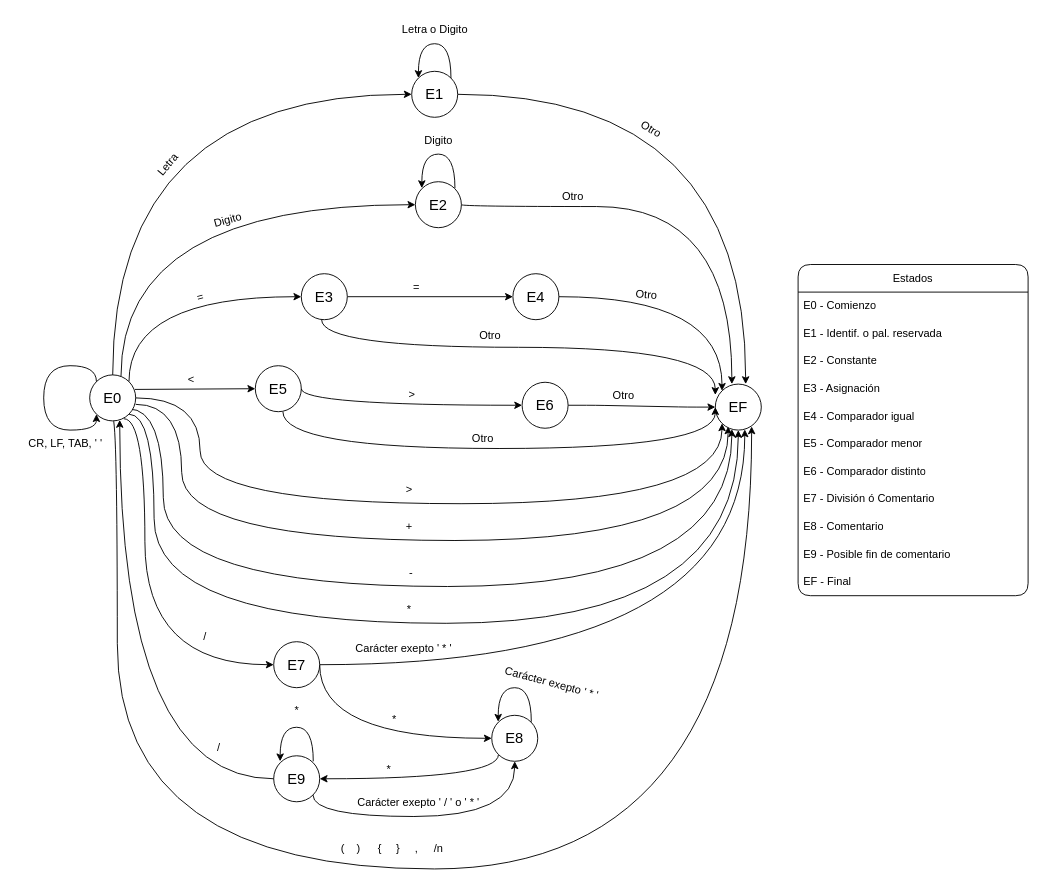
Earlier version of the draw.io diagram compilador01/src/assets/Autómata Finito.drawio (AORojas/compilador-desarrollo-compiladores). Source tidied: cells renumbered, new cells numbered last; positions are measured from the earlier drawing's top-left corner, leaving out a move shared by most shapes. Both pictures are drawn from the tidied source at 92%, with x=0, y=0 at pixel (16, 16).
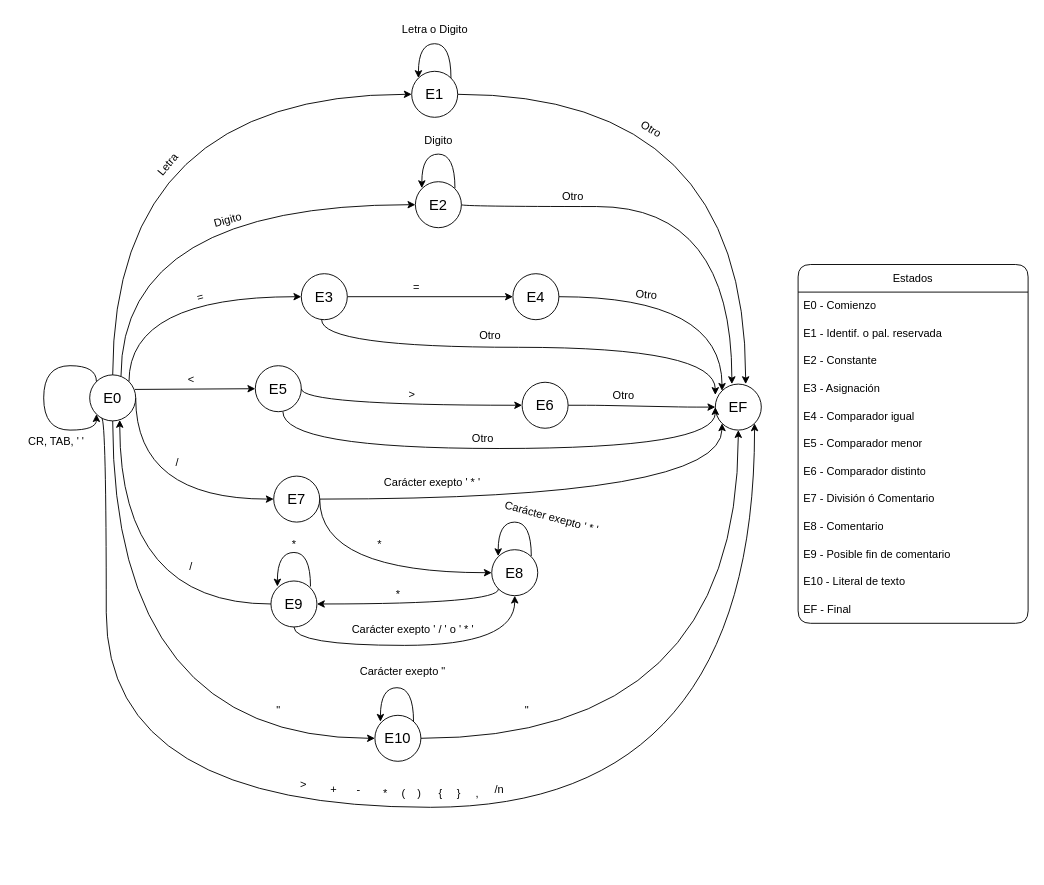
The same page after the edit.

Unchanged cells that the change refers to:
```xml
<mxCell id="22" value="&lt;font size=&quot;3&quot;&gt;E0&lt;/font&gt;" style="ellipse;whiteSpace=wrap;html=1;rounded=1;" parent="1" vertex="1">
  <mxGeometry x="80" y="390" width="50" height="50" as="geometry" />
</mxCell>
<mxCell id="23" value="&lt;font size=&quot;3&quot;&gt;EF&lt;/font&gt;" style="ellipse;whiteSpace=wrap;html=1;rounded=1;" parent="1" vertex="1">
  <mxGeometry x="760" y="400" width="50" height="50" as="geometry" />
</mxCell>
```

Change to the diagram source:
```diff
@@
     <mxCell id="2" value="Estados" style="swimlane;fontStyle=0;horizontal=1;startSize=30;whiteSpace=wrap;html=1;rounded=1;" parent="1" vertex="1">
-      <mxGeometry x="850" y="270" width="250" height="360" as="geometry" />
+      <mxGeometry x="850" y="270" width="250" height="390" as="geometry" />
     </mxCell>
@@
+    <mxCell id="86" value="E10 - Literal de texto" style="text;strokeColor=none;fillColor=none;align=left;verticalAlign=middle;spacingLeft=4;spacingRight=4;overflow=hidden;whiteSpace=wrap;html=1;rounded=1;" parent="2" vertex="1">
+      <mxGeometry y="330" width="250" height="30" as="geometry" />
+    </mxCell>
     <mxCell id="13" value="EF - Final" style="text;strokeColor=none;fillColor=none;align=left;verticalAlign=middle;spacingLeft=4;spacingRight=4;overflow=hidden;whiteSpace=wrap;html=1;rounded=1;" parent="2" vertex="1">
-      <mxGeometry y="330" width="250" height="30" as="geometry" />
+      <mxGeometry y="360" width="250" height="30" as="geometry" />
     </mxCell>
@@
-    <mxCell id="16" style="edgeStyle=orthogonalEdgeStyle;rounded=1;jettySize=auto;html=1;exitX=1;exitY=1;exitDx=0;exitDy=0;entryX=0.28;entryY=0.92;entryDx=0;entryDy=0;curved=1;entryPerimeter=0;" parent="1" edge="1" target="23">
-      <mxGeometry relative="1" as="geometry">
-        <mxPoint x="130" y="422" as="sourcePoint" />
-        <Array as="points">
-          <mxPoint x="180" y="422" />
-          <mxPoint x="180" y="570" />
-          <mxPoint x="774" y="570" />
-        </Array>
-      </mxGeometry>
-    </mxCell>
-    <mxCell id="17" style="edgeStyle=orthogonalEdgeStyle;curved=1;rounded=1;jettySize=auto;html=1;exitX=1;exitY=1;exitDx=0;exitDy=0;entryX=0.36;entryY=0.98;entryDx=0;entryDy=0;entryPerimeter=0;" parent="1" edge="1" target="23">
-      <mxGeometry relative="1" as="geometry">
-        <mxPoint x="122.7" y="427" as="sourcePoint" />
-        <Array as="points">
-          <mxPoint x="160" y="427" />
-          <mxPoint x="160" y="620" />
-          <mxPoint x="778" y="620" />
-        </Array>
-      </mxGeometry>
-    </mxCell>
-    <mxCell id="18" style="edgeStyle=orthogonalEdgeStyle;curved=1;rounded=1;jettySize=auto;html=1;exitX=1;exitY=1;exitDx=0;exitDy=0;entryX=0.5;entryY=1;entryDx=0;entryDy=0;" parent="1" edge="1" source="22" target="23">
-      <mxGeometry relative="1" as="geometry">
-        <Array as="points">
-          <mxPoint x="150" y="433" />
-          <mxPoint x="150" y="660" />
-          <mxPoint x="785" y="660" />
-        </Array>
-      </mxGeometry>
-    </mxCell>
-    <mxCell id="19" style="edgeStyle=orthogonalEdgeStyle;curved=1;rounded=1;jettySize=auto;html=1;exitX=0.742;exitY=0.953;exitDx=0;exitDy=0;entryX=0;entryY=0.5;entryDx=0;entryDy=0;exitPerimeter=0;" parent="1" edge="1" source="22" target="61">
+    <mxCell id="19" style="edgeStyle=orthogonalEdgeStyle;curved=1;rounded=1;jettySize=auto;html=1;exitX=1;exitY=0.5;exitDx=0;exitDy=0;entryX=0;entryY=0.5;entryDx=0;entryDy=0;" parent="1" edge="1" source="22" target="61">
       <mxGeometry relative="1" as="geometry">
         <Array as="points">
-          <mxPoint x="140" y="438" />
-          <mxPoint x="140" y="705" />
+          <mxPoint x="130" y="525" />
         </Array>
       </mxGeometry>
     </mxCell>
-    <mxCell id="20" style="edgeStyle=orthogonalEdgeStyle;curved=1;rounded=1;orthogonalLoop=1;jettySize=auto;html=1;exitX=0.5;exitY=1;exitDx=0;exitDy=0;entryX=0.791;entryY=0.98;entryDx=0;entryDy=0;entryPerimeter=0;" parent="1" edge="1">
+    <mxCell id="20" style="edgeStyle=orthogonalEdgeStyle;curved=1;rounded=1;jettySize=auto;html=1;exitX=0.5;exitY=1;exitDx=0;exitDy=0;entryX=1;entryY=1;entryDx=0;entryDy=0;" parent="1" edge="1" target="23">
       <mxGeometry relative="1" as="geometry">
-        <mxPoint x="105" y="437" as="sourcePoint" />
-        <mxPoint x="799.5" y="446" as="targetPoint" />
+        <mxPoint x="93" y="437" as="sourcePoint" />
         <Array as="points">
-          <mxPoint x="110" y="437" />
-          <mxPoint x="110" y="927" />
-          <mxPoint x="800" y="927" />
+          <mxPoint x="98" y="437" />
+          <mxPoint x="98" y="860" />
+          <mxPoint x="803" y="860" />
         </Array>
       </mxGeometry>
     </mxCell>
-    <mxCell id="21" style="edgeStyle=orthogonalEdgeStyle;curved=1;rounded=1;jettySize=auto;html=1;exitX=1;exitY=0.5;exitDx=0;exitDy=0;entryX=0;entryY=1;entryDx=0;entryDy=0;" parent="1" edge="1" source="22" target="23">
-      <mxGeometry relative="1" as="geometry">
-        <Array as="points">
-          <mxPoint x="200" y="415" />
-          <mxPoint x="200" y="530" />
-          <mxPoint x="767" y="530" />
-        </Array>
-      </mxGeometry>
-    </mxCell>
+    <mxCell id="87" style="edgeStyle=orthogonalEdgeStyle;curved=1;rounded=0;jettySize=auto;html=1;exitX=0.5;exitY=1;exitDx=0;exitDy=0;entryX=0;entryY=0.5;entryDx=0;entryDy=0;" parent="1" edge="1" source="22" target="88">
+      <mxGeometry relative="1" as="geometry" />
+    </mxCell>
@@
     <mxCell id="56" value="&amp;gt;" style="text;html=1;align=center;verticalAlign=middle;strokeColor=none;fillColor=none;rounded=1;" parent="1" vertex="1">
-      <mxGeometry x="412" y="500" width="30" height="30" as="geometry" />
+      <mxGeometry x="297" y="820" width="30" height="30" as="geometry" />
     </mxCell>
     <mxCell id="57" value="+" style="text;html=1;align=center;verticalAlign=middle;strokeColor=none;fillColor=none;rounded=1;" parent="1" vertex="1">
-      <mxGeometry x="412" y="540" width="30" height="30" as="geometry" />
+      <mxGeometry x="330" y="826" width="30" height="30" as="geometry" />
     </mxCell>
     <mxCell id="58" value="-" style="text;html=1;align=center;verticalAlign=middle;strokeColor=none;fillColor=none;rounded=1;" parent="1" vertex="1">
-      <mxGeometry x="414" y="590" width="30" height="30" as="geometry" />
+      <mxGeometry x="357" y="826" width="30" height="30" as="geometry" />
     </mxCell>
     <mxCell id="59" value="*" style="text;html=1;align=center;verticalAlign=middle;strokeColor=none;fillColor=none;rounded=1;" parent="1" vertex="1">
-      <mxGeometry x="412" y="630" width="30" height="30" as="geometry" />
+      <mxGeometry x="386" y="830" width="30" height="30" as="geometry" />
     </mxCell>
     <mxCell id="60" style="edgeStyle=orthogonalEdgeStyle;curved=1;rounded=1;jettySize=auto;html=1;entryX=0;entryY=0.5;entryDx=0;entryDy=0;" parent="1" edge="1" source="61" target="64">
       <mxGeometry relative="1" as="geometry">
         <Array as="points">
-          <mxPoint x="330" y="785" />
+          <mxPoint x="330" y="605" />
         </Array>
       </mxGeometry>
     </mxCell>
     <mxCell id="61" value="&lt;font size=&quot;3&quot;&gt;E7&lt;/font&gt;" style="ellipse;whiteSpace=wrap;html=1;rounded=1;" parent="1" vertex="1">
-      <mxGeometry x="280" y="680" width="50" height="50" as="geometry" />
+      <mxGeometry x="280" y="500" width="50" height="50" as="geometry" />
     </mxCell>
     <mxCell id="62" value="/" style="text;html=1;align=center;verticalAlign=middle;strokeColor=none;fillColor=none;rounded=1;" parent="1" vertex="1">
-      <mxGeometry x="190" y="660" width="30" height="30" as="geometry" />
+      <mxGeometry x="160" y="470" width="30" height="30" as="geometry" />
     </mxCell>
-    <mxCell id="63" style="edgeStyle=orthogonalEdgeStyle;curved=1;rounded=1;jettySize=auto;html=1;exitX=0;exitY=1;exitDx=0;exitDy=0;" parent="1" edge="1" source="64" target="70">
+    <mxCell id="63" style="edgeStyle=orthogonalEdgeStyle;curved=1;rounded=0;jettySize=auto;html=1;exitX=0;exitY=1;exitDx=0;exitDy=0;entryX=1;entryY=0.5;entryDx=0;entryDy=0;" parent="1" edge="1" source="64" target="70">
       <mxGeometry relative="1" as="geometry">
         <Array as="points">
-          <mxPoint x="524" y="829" />
+          <mxPoint x="524" y="639" />
         </Array>
       </mxGeometry>
     </mxCell>
     <mxCell id="64" value="&lt;font size=&quot;3&quot;&gt;E8&lt;/font&gt;" style="ellipse;whiteSpace=wrap;html=1;rounded=1;" parent="1" vertex="1">
-      <mxGeometry x="517" y="760" width="50" height="50" as="geometry" />
+      <mxGeometry x="517" y="580" width="50" height="50" as="geometry" />
     </mxCell>
     <mxCell id="65" value="*" style="text;html=1;align=center;verticalAlign=middle;strokeColor=none;fillColor=none;rounded=1;" parent="1" vertex="1">
-      <mxGeometry x="390" y="804" width="30" height="30" as="geometry" />
+      <mxGeometry x="400" y="614" width="30" height="30" as="geometry" />
     </mxCell>
     <mxCell id="66" style="edgeStyle=orthogonalEdgeStyle;rounded=1;orthogonalLoop=1;jettySize=auto;html=1;exitX=1;exitY=0;exitDx=0;exitDy=0;curved=1;entryX=0;entryY=0;entryDx=0;entryDy=0;" parent="1" edge="1">
       <mxGeometry relative="1" as="geometry">
-        <mxPoint x="560" y="767" as="sourcePoint" />
-        <mxPoint x="524" y="767" as="targetPoint" />
+        <mxPoint x="560" y="587" as="sourcePoint" />
+        <mxPoint x="524" y="587" as="targetPoint" />
         <Array as="points">
-          <mxPoint x="560" y="730" />
-          <mxPoint x="524" y="730" />
+          <mxPoint x="560" y="550" />
+          <mxPoint x="524" y="550" />
         </Array>
       </mxGeometry>
     </mxCell>
     <mxCell id="67" value="Carácter exepto ' * '" style="text;html=1;align=center;verticalAlign=middle;strokeColor=none;fillColor=none;rounded=1;" parent="1" vertex="1">
-      <mxGeometry x="356" y="673" width="130" height="30" as="geometry" />
+      <mxGeometry x="387" y="492" width="130" height="30" as="geometry" />
     </mxCell>
-    <mxCell id="68" style="edgeStyle=orthogonalEdgeStyle;curved=1;rounded=1;jettySize=auto;html=1;entryX=0.641;entryY=0.985;entryDx=0;entryDy=0;entryPerimeter=0;" parent="1" edge="1" source="61" target="23">
+    <mxCell id="68" style="edgeStyle=orthogonalEdgeStyle;curved=1;rounded=1;jettySize=auto;html=1;entryX=0;entryY=1;entryDx=0;entryDy=0;" parent="1" edge="1" source="61" target="23">
       <mxGeometry relative="1" as="geometry" />
     </mxCell>
-    <mxCell id="69" style="edgeStyle=orthogonalEdgeStyle;curved=1;rounded=1;jettySize=auto;html=1;exitX=1;exitY=1;exitDx=0;exitDy=0;entryX=0.5;entryY=1;entryDx=0;entryDy=0;" parent="1" edge="1" source="70" target="64">
-      <mxGeometry relative="1" as="geometry">
-        <Array as="points">
-          <mxPoint x="323" y="870" />
-          <mxPoint x="542" y="870" />
-        </Array>
-      </mxGeometry>
+    <mxCell id="69" style="edgeStyle=orthogonalEdgeStyle;curved=1;rounded=0;jettySize=auto;html=1;exitX=0.5;exitY=1;exitDx=0;exitDy=0;entryX=0.5;entryY=1;entryDx=0;entryDy=0;" parent="1" edge="1" source="70" target="64">
+      <mxGeometry relative="1" as="geometry" />
     </mxCell>
     <mxCell id="70" value="&lt;font size=&quot;3&quot;&gt;E9&lt;/font&gt;" style="ellipse;whiteSpace=wrap;html=1;rounded=1;" parent="1" vertex="1">
-      <mxGeometry x="280" y="804" width="50" height="50" as="geometry" />
+      <mxGeometry x="277" y="614" width="50" height="50" as="geometry" />
     </mxCell>
     <mxCell id="71" value="*" style="text;html=1;align=center;verticalAlign=middle;strokeColor=none;fillColor=none;rounded=1;" parent="1" vertex="1">
-      <mxGeometry x="396" y="750" width="30" height="30" as="geometry" />
+      <mxGeometry x="380" y="560" width="30" height="30" as="geometry" />
     </mxCell>
@@
     <mxCell id="73" value="/" style="text;html=1;align=center;verticalAlign=middle;strokeColor=none;fillColor=none;rounded=1;" parent="1" vertex="1">
-      <mxGeometry x="205" y="780" width="30" height="30" as="geometry" />
+      <mxGeometry x="175" y="584" width="30" height="30" as="geometry" />
     </mxCell>
     <mxCell id="74" value="Carácter exepto ' * '" style="text;html=1;align=center;verticalAlign=middle;strokeColor=none;fillColor=none;rotation=15;rounded=1;" parent="1" vertex="1">
-      <mxGeometry x="517" y="710" width="130" height="30" as="geometry" />
+      <mxGeometry x="517" y="530" width="130" height="30" as="geometry" />
     </mxCell>
     <mxCell id="75" value="(" style="text;html=1;align=center;verticalAlign=middle;strokeColor=none;fillColor=none;rounded=1;" parent="1" vertex="1">
-      <mxGeometry x="340" y="890" width="30" height="30" as="geometry" />
+      <mxGeometry x="406" y="830" width="30" height="30" as="geometry" />
     </mxCell>
     <mxCell id="76" value=")" style="text;html=1;align=center;verticalAlign=middle;strokeColor=none;fillColor=none;rounded=1;" parent="1" vertex="1">
-      <mxGeometry x="357" y="890" width="30" height="30" as="geometry" />
+      <mxGeometry x="423" y="830" width="30" height="30" as="geometry" />
     </mxCell>
     <mxCell id="77" value="{" style="text;html=1;align=center;verticalAlign=middle;strokeColor=none;fillColor=none;rounded=1;" parent="1" vertex="1">
-      <mxGeometry x="380" y="890" width="30" height="30" as="geometry" />
+      <mxGeometry x="446" y="830" width="30" height="30" as="geometry" />
     </mxCell>
     <mxCell id="78" value="}" style="text;html=1;align=center;verticalAlign=middle;strokeColor=none;fillColor=none;rounded=1;" parent="1" vertex="1">
-      <mxGeometry x="400" y="890" width="30" height="30" as="geometry" />
+      <mxGeometry x="466" y="830" width="30" height="30" as="geometry" />
     </mxCell>
     <mxCell id="79" value="," style="text;html=1;align=center;verticalAlign=middle;strokeColor=none;fillColor=none;rounded=1;" parent="1" vertex="1">
-      <mxGeometry x="420" y="890" width="30" height="30" as="geometry" />
+      <mxGeometry x="486" y="830" width="30" height="30" as="geometry" />
     </mxCell>
     <mxCell id="80" value="Carácter exepto ' / ' o ' * '" style="text;html=1;align=center;verticalAlign=middle;strokeColor=none;fillColor=none;rounded=1;" parent="1" vertex="1">
-      <mxGeometry x="357" y="840" width="160" height="30" as="geometry" />
+      <mxGeometry x="351" y="652" width="160" height="30" as="geometry" />
     </mxCell>
     <mxCell id="81" style="edgeStyle=orthogonalEdgeStyle;rounded=1;orthogonalLoop=1;jettySize=auto;html=1;exitX=1;exitY=0;exitDx=0;exitDy=0;curved=1;entryX=0;entryY=0;entryDx=0;entryDy=0;" parent="1" edge="1">
       <mxGeometry relative="1" as="geometry">
-        <mxPoint x="323" y="810" as="sourcePoint" />
-        <mxPoint x="287" y="810" as="targetPoint" />
+        <mxPoint x="320" y="620" as="sourcePoint" />
+        <mxPoint x="284" y="620" as="targetPoint" />
         <Array as="points">
-          <mxPoint x="323" y="773" />
-          <mxPoint x="287" y="773" />
+          <mxPoint x="320" y="583" />
+          <mxPoint x="284" y="583" />
         </Array>
       </mxGeometry>
     </mxCell>
     <mxCell id="82" value="*" style="text;html=1;align=center;verticalAlign=middle;strokeColor=none;fillColor=none;rounded=1;" parent="1" vertex="1">
-      <mxGeometry x="290" y="740" width="30" height="30" as="geometry" />
+      <mxGeometry x="287" y="560" width="30" height="30" as="geometry" />
     </mxCell>
     <mxCell id="83" value="/n" style="text;html=1;align=center;verticalAlign=middle;strokeColor=none;fillColor=none;rounded=1;" parent="1" vertex="1">
-      <mxGeometry x="444" y="890" width="30" height="30" as="geometry" />
+      <mxGeometry x="510" y="826" width="30" height="30" as="geometry" />
     </mxCell>
@@
-    <mxCell id="85" value="CR, LF, TAB, ' '&amp;nbsp;" style="text;html=1;align=center;verticalAlign=middle;strokeColor=none;fillColor=none;rounded=1;" parent="1" vertex="1">
-      <mxGeometry y="450" width="110" height="30" as="geometry" />
+    <mxCell id="85" value="CR, TAB, ' '&amp;nbsp;" style="text;html=1;align=center;verticalAlign=middle;strokeColor=none;fillColor=none;rounded=1;" parent="1" vertex="1">
+      <mxGeometry y="448" width="90" height="30" as="geometry" />
     </mxCell>
+    <mxCell id="88" value="&lt;font size=&quot;3&quot;&gt;E10&lt;/font&gt;" style="ellipse;whiteSpace=wrap;html=1;rounded=1;" parent="1" vertex="1">
+      <mxGeometry x="390" y="760" width="50" height="50" as="geometry" />
+    </mxCell>
+    <mxCell id="89" style="edgeStyle=orthogonalEdgeStyle;rounded=1;orthogonalLoop=1;jettySize=auto;html=1;exitX=1;exitY=0;exitDx=0;exitDy=0;curved=1;entryX=0;entryY=0;entryDx=0;entryDy=0;" parent="1" edge="1">
+      <mxGeometry relative="1" as="geometry">
+        <mxPoint x="432" y="767" as="sourcePoint" />
+        <mxPoint x="396" y="767" as="targetPoint" />
+        <Array as="points">
+          <mxPoint x="432" y="730" />
+          <mxPoint x="396" y="730" />
+        </Array>
+      </mxGeometry>
+    </mxCell>
+    <mxCell id="90" style="edgeStyle=orthogonalEdgeStyle;curved=1;rounded=0;jettySize=auto;html=1;exitX=1;exitY=0.5;exitDx=0;exitDy=0;entryX=0.5;entryY=1;entryDx=0;entryDy=0;" parent="1" edge="1" source="88" target="23">
+      <mxGeometry relative="1" as="geometry" />
+    </mxCell>
+    <mxCell id="91" value="&quot;" style="text;html=1;align=center;verticalAlign=middle;strokeColor=none;fillColor=none;" parent="1" vertex="1">
+      <mxGeometry x="270" y="740" width="30" height="30" as="geometry" />
+    </mxCell>
+    <mxCell id="92" value="Carácter exepto &quot;" style="text;html=1;align=center;verticalAlign=middle;strokeColor=none;fillColor=none;" parent="1" vertex="1">
+      <mxGeometry x="360" y="698" width="120" height="30" as="geometry" />
+    </mxCell>
+    <mxCell id="93" value="&quot;" style="text;html=1;align=center;verticalAlign=middle;strokeColor=none;fillColor=none;" parent="1" vertex="1">
+      <mxGeometry x="540" y="740" width="30" height="30" as="geometry" />
+    </mxCell>
```
